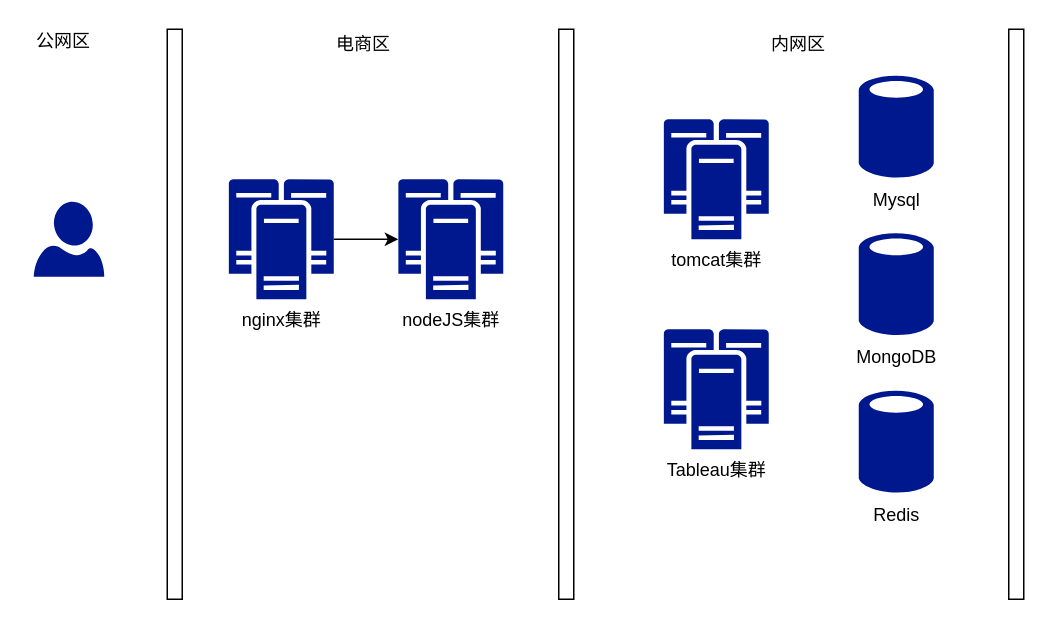
This is 运行环境.drawio from lshunran/drawIO, a draw.io file, before an edit. Source tidied: cells renumbered, new cells numbered last; positions are measured from the earlier drawing's top-left corner, leaving out a move shared by most shapes. Both pictures are drawn from the tidied source at 150%, with x=0, y=0 at pixel (33, 26).
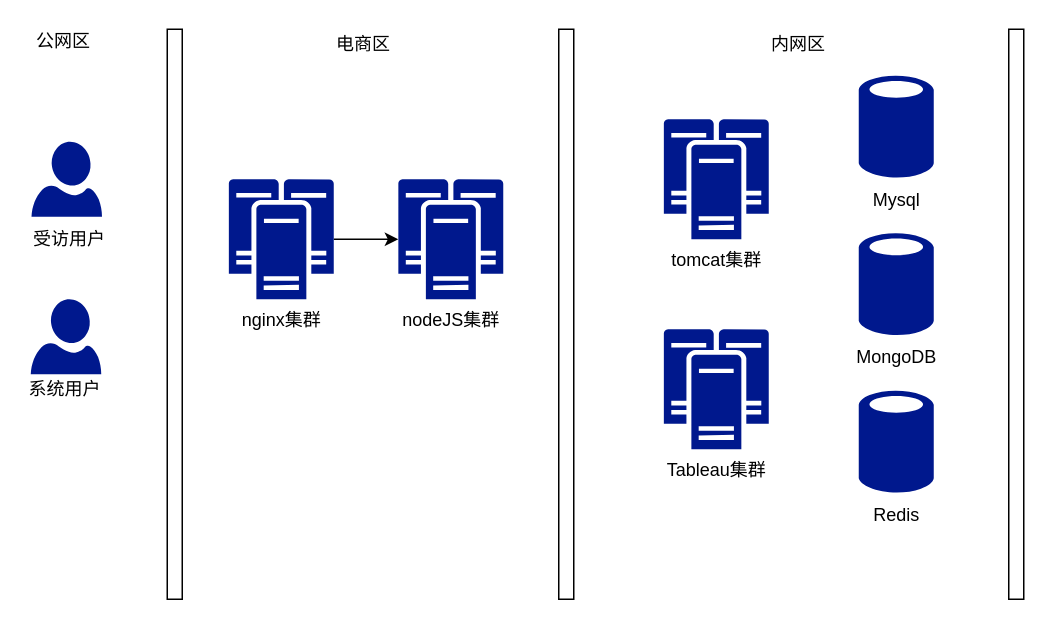
Above is the later version.

The edit, as a diff of the source:
```diff
@@
 <mxGraphModel>
   <root>
     <mxCell id="0" />
     <mxCell id="1" parent="0" />
     <mxCell id="2" style="edgeStyle=orthogonalEdgeStyle;rounded=0;jettySize=auto;html=1;entryX=0;entryY=0.5;entryDx=0;entryDy=0;entryPerimeter=0;" parent="1" edge="1" source="3" target="5">
       <mxGeometry relative="1" as="geometry" />
     </mxCell>
     <mxCell id="3" value="&lt;span&gt;nginx集群&lt;/span&gt;" style="shadow=0;dashed=0;html=1;strokeColor=none;labelPosition=center;verticalLabelPosition=bottom;verticalAlign=top;align=center;shape=mxgraph.mscae.enterprise.cluster_server;fillColor=#00188D;" parent="1" vertex="1">
       <mxGeometry x="130" y="102" width="70" height="80" as="geometry" />
     </mxCell>
     <mxCell id="4" style="shadow=0;dashed=0;html=1;strokeColor=none;shape=mxgraph.azure.user;fillColor=#00188D;" parent="1" vertex="1">
-      <mxGeometry y="117" width="47" height="50" as="geometry" />
+      <mxGeometry x="-1.5" y="77" width="47" height="50" as="geometry" />
     </mxCell>
     <mxCell id="5" value="&lt;span&gt;nodeJS集群&lt;/span&gt;" style="shadow=0;dashed=0;html=1;strokeColor=none;labelPosition=center;verticalLabelPosition=bottom;verticalAlign=top;align=center;shape=mxgraph.mscae.enterprise.cluster_server;fillColor=#00188D;" parent="1" vertex="1">
       <mxGeometry x="243" y="102" width="70" height="80" as="geometry" />
     </mxCell>
     <mxCell id="6" value="&lt;span&gt;tomcat集群&lt;/span&gt;" style="shadow=0;dashed=0;html=1;strokeColor=none;labelPosition=center;verticalLabelPosition=bottom;verticalAlign=top;align=center;shape=mxgraph.mscae.enterprise.cluster_server;fillColor=#00188D;" parent="1" vertex="1">
       <mxGeometry x="420" y="62" width="70" height="80" as="geometry" />
     </mxCell>
     <mxCell id="7" value="Mysql" style="shadow=0;dashed=0;html=1;strokeColor=none;labelPosition=center;verticalLabelPosition=bottom;verticalAlign=top;align=center;shape=mxgraph.mscae.enterprise.database_generic;fillColor=#00188D;" parent="1" vertex="1">
       <mxGeometry x="550" y="32" width="50" height="70" as="geometry" />
     </mxCell>
     <mxCell id="8" value="MongoDB" style="shadow=0;dashed=0;html=1;strokeColor=none;labelPosition=center;verticalLabelPosition=bottom;verticalAlign=top;align=center;shape=mxgraph.mscae.enterprise.database_generic;fillColor=#00188D;" parent="1" vertex="1">
       <mxGeometry x="550" y="137" width="50" height="70" as="geometry" />
     </mxCell>
     <mxCell id="9" value="Redis" style="shadow=0;dashed=0;html=1;strokeColor=none;labelPosition=center;verticalLabelPosition=bottom;verticalAlign=top;align=center;shape=mxgraph.mscae.enterprise.database_generic;fillColor=#00188D;" parent="1" vertex="1">
       <mxGeometry x="550" y="242" width="50" height="70" as="geometry" />
     </mxCell>
     <mxCell id="10" value="&lt;span&gt;Tableau集群&lt;/span&gt;" style="shadow=0;dashed=0;html=1;strokeColor=none;labelPosition=center;verticalLabelPosition=bottom;verticalAlign=top;align=center;shape=mxgraph.mscae.enterprise.cluster_server;fillColor=#00188D;" parent="1" vertex="1">
       <mxGeometry x="420" y="202" width="70" height="80" as="geometry" />
     </mxCell>
     <mxCell id="11" style="html=1;perimeter=orthogonalPerimeter;" parent="1" vertex="1">
       <mxGeometry x="89" y="2" width="10" height="380" as="geometry" />
     </mxCell>
     <mxCell id="12" style="html=1;perimeter=orthogonalPerimeter;" parent="1" vertex="1">
       <mxGeometry x="350" y="2" width="10" height="380" as="geometry" />
     </mxCell>
     <mxCell id="13" style="html=1;perimeter=orthogonalPerimeter;" parent="1" vertex="1">
       <mxGeometry x="650" y="2" width="10" height="380" as="geometry" />
     </mxCell>
     <mxCell id="14" value="公网区" style="text;html=1;align=left;verticalAlign=top;spacingTop=-4;" parent="1" vertex="1">
       <mxGeometry width="50" height="20" as="geometry" />
     </mxCell>
     <mxCell id="15" value="电商区" style="text;html=1;align=left;verticalAlign=top;spacingTop=-4;" parent="1" vertex="1">
       <mxGeometry x="199.5" y="2" width="50" height="20" as="geometry" />
     </mxCell>
     <mxCell id="16" value="内网区" style="text;html=1;align=left;verticalAlign=top;spacingTop=-4;" parent="1" vertex="1">
       <mxGeometry x="490" y="2" width="50" height="20" as="geometry" />
     </mxCell>
+    <mxCell id="17" value="受访用户" style="text;html=1;align=left;verticalAlign=top;spacingTop=-4;" parent="1" vertex="1">
+      <mxGeometry x="-2" y="132" width="60" height="20" as="geometry" />
+    </mxCell>
+    <mxCell id="18" style="shadow=0;dashed=0;html=1;strokeColor=none;shape=mxgraph.azure.user;fillColor=#00188D;" parent="1" vertex="1">
+      <mxGeometry x="-2" y="182" width="47" height="50" as="geometry" />
+    </mxCell>
+    <mxCell id="19" value="系统用户" style="text;html=1;align=left;verticalAlign=top;spacingTop=-4;" parent="1" vertex="1">
+      <mxGeometry x="-5" y="232" width="60" height="20" as="geometry" />
+    </mxCell>
   </root>
 </mxGraphModel>
```
